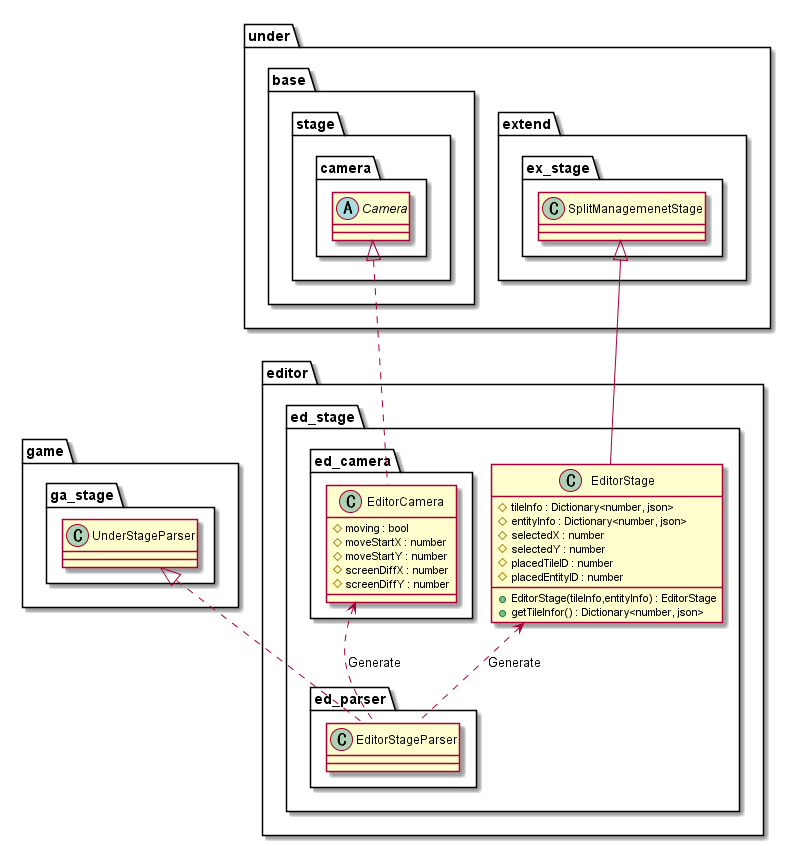
Earlier version of the PlantUML export out/uml/editor/Stage/EditorStage.png (Expine/Under). Source of this version:
```plantuml
@startuml EditorStage

package editor {
    package ed_stage {
        class EditorStage {
            +EditorStage(tileInfo,entityInfo) : EditorStage
            #tileInfo : Dictionary<number, json>
            #entityInfo : Dictionary<number, json>
            #selectedX : number
            #selectedY : number
            #placedTileID : number
            #placedEntityID : number
            +getTileInfor() : Dictionary<number, json>
        }

        package ed_parser {
            class EditorStageParser
        }
        package ed_camera {
            class EditorCamera {
                #moving : bool
                #moveStartX : number
                #moveStartY : number
                #screenDiffX : number
                #screenDiffY : number
            }
        }
    }
}

package under {
    package base {
        package stage {
            package camera {
                abstract Camera
            }
        }
    }
    package extend {
        package ex_stage {
            class SplitManagemenetStage
        }
    }
}

package game {
    package ga_stage {
        class UnderStageParser
    }
}

EditorStage <.. EditorStageParser : "Generate"
EditorCamera <.. EditorStageParser : "Generate"

Camera <|.. EditorCamera
UnderStageParser <|.. EditorStageParser
SplitManagemenetStage <|-- EditorStage

@enduml
```
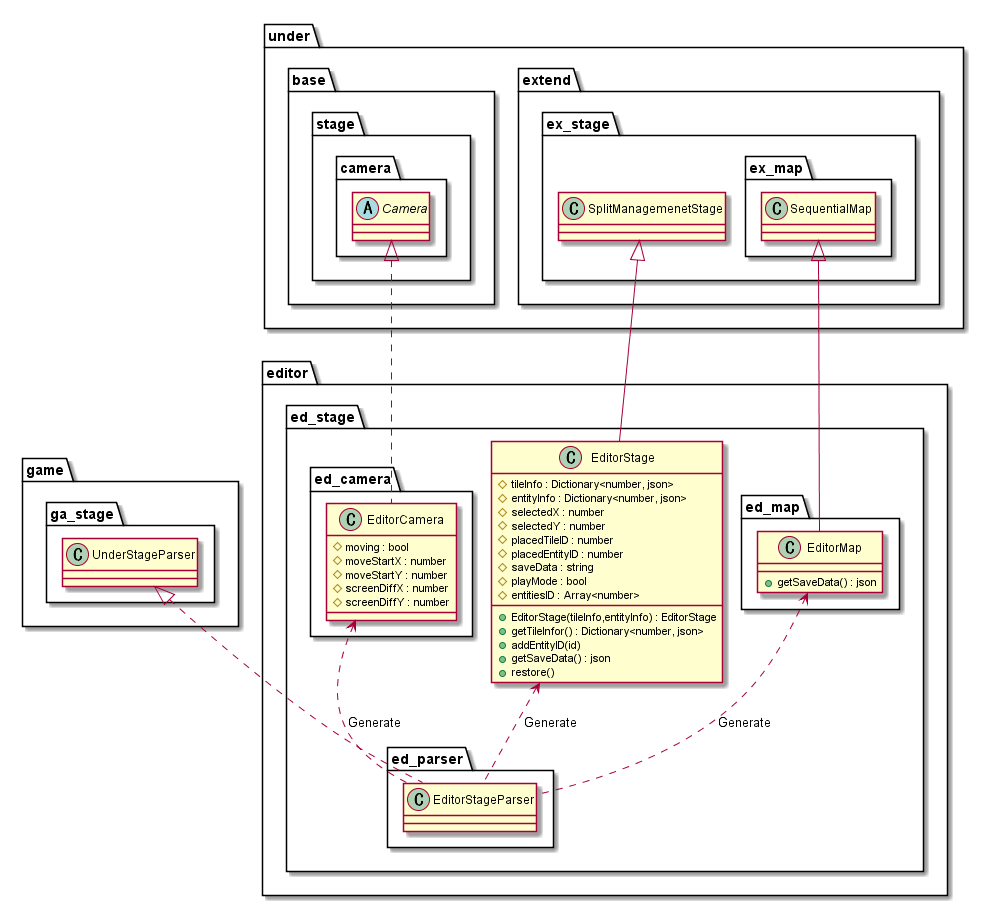
Above is the later version.

Diff of the diagram source:
```diff
@@ -10,7 +10,19 @@
             #selectedY : number
             #placedTileID : number
             #placedEntityID : number
+            #saveData : string
+            #playMode : bool
+            #entitiesID : Array<number>
             +getTileInfor() : Dictionary<number, json>
+            +addEntityID(id)
+            +getSaveData() : json
+            +restore()
+        }
+
+        package ed_map {
+            class EditorMap {
+                +getSaveData() : json
+            }
         }
 
         package ed_parser {
@@ -39,6 +51,9 @@
     package extend {
         package ex_stage {
             class SplitManagemenetStage
+            package ex_map {
+                class SequentialMap
+            }
         }
     }
 }
@@ -51,9 +66,11 @@
 
 EditorStage <.. EditorStageParser : "Generate"
 EditorCamera <.. EditorStageParser : "Generate"
+EditorMap <.. EditorStageParser : "Generate"
 
 Camera <|.. EditorCamera
 UnderStageParser <|.. EditorStageParser
 SplitManagemenetStage <|-- EditorStage
+SequentialMap <|-- EditorMap
 
 @enduml
```
